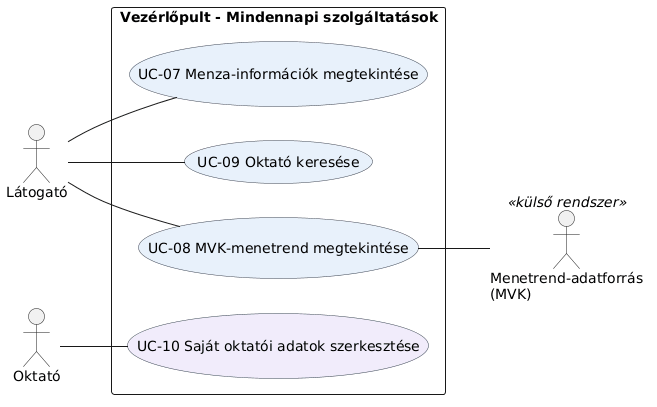
Earlier version of the PlantUML export H3/uml/5.png (DavidGergo/SoftTech). The source it was exported from:
```plantuml
@startuml
left to right direction
skinparam actorStyle stick
skinparam usecase {
  BackgroundColor #E8F1FB
  BorderColor #374151
}

actor "Látogató" as Latogato
actor "Oktató" as Oktato
actor "Menetrend-adatforrás\n(MVK)" as MVK <<külső rendszer>>

rectangle "Vezérlőpult - Mindennapi szolgáltatások" {
  usecase "UC-07 Menza-információk megtekintése" as UC07
  usecase "UC-08 MVK-menetrend megtekintése" as UC08
  usecase "UC-09 Oktató keresése" as UC09
  usecase "UC-10 Saját oktatói adatok szerkesztése" as UC10 #F1ECFB
}

Latogato -- UC07
Latogato -- UC08
Latogato -- UC09
Oktato -- UC10
UC08 -- MVK
@enduml
```
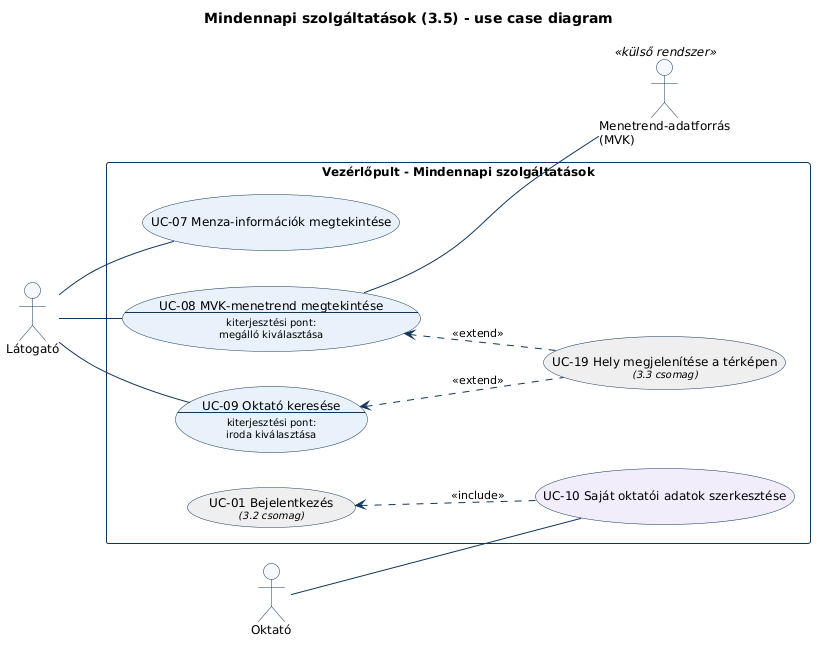
After the change.

Commit message:
H3 0.4: include és extend kapcsolatok a use case modellben

Change to the diagram source:
```diff
@@ -1,25 +1,33 @@
 @startuml
+skinparam shadowing false
+skinparam defaultFontName Arial
+skinparam defaultFontSize 12
+skinparam ActorBorderColor #10365C
+skinparam ActorBackgroundColor #F5F8FC
+skinparam UsecaseBorderColor #10365C
+skinparam ArrowColor #10365C
+skinparam RectangleBorderColor #10365C
+skinparam RectangleFontStyle bold
+skinparam ArrowFontSize 11
+title Mindennapi szolgáltatások (3.5) - use case diagram
 left to right direction
-skinparam actorStyle stick
-skinparam usecase {
-  BackgroundColor #E8F1FB
-  BorderColor #374151
+actor "Látogató" as A01
+actor "Oktató" as A03
+actor "Menetrend-adatforrás\n(MVK)" as A06 <<külső rendszer>>
+rectangle "Vezérlőpult - Mindennapi szolgáltatások" {
+  usecase "UC-07 Menza-információk megtekintése" as UC07 #E8F1FB
+  usecase "UC-08 MVK-menetrend megtekintése\n--\n<size:10>kiterjesztési pont:</size>\n<size:10>megálló kiválasztása</size>" as UC08 #E8F1FB
+  usecase "UC-09 Oktató keresése\n--\n<size:10>kiterjesztési pont:</size>\n<size:10>iroda kiválasztása</size>" as UC09 #E8F1FB
+  usecase "UC-10 Saját oktatói adatok szerkesztése" as UC10 #F1ECFB
+  usecase "UC-01 Bejelentkezés\n<size:10><i>(3.2 csomag)</i></size>" as UC01 #EEEEEE
+  usecase "UC-19 Hely megjelenítése a térképen\n<size:10><i>(3.3 csomag)</i></size>" as UC19 #EEEEEE
 }
-
-actor "Látogató" as Latogato
-actor "Oktató" as Oktato
-actor "Menetrend-adatforrás\n(MVK)" as MVK <<külső rendszer>>
-
-rectangle "Vezérlőpult - Mindennapi szolgáltatások" {
-  usecase "UC-07 Menza-információk megtekintése" as UC07
-  usecase "UC-08 MVK-menetrend megtekintése" as UC08
-  usecase "UC-09 Oktató keresése" as UC09
-  usecase "UC-10 Saját oktatói adatok szerkesztése" as UC10 #F1ECFB
-}
-
-Latogato -- UC07
-Latogato -- UC08
-Latogato -- UC09
-Oktato -- UC10
-UC08 -- MVK
+A01 -- UC07
+A01 -- UC08
+A01 -- UC09
+A03 -- UC10
+UC08 -- A06
+UC01 <.. UC10 : <<include>>
+UC08 <.. UC19 : <<extend>>
+UC09 <.. UC19 : <<extend>>
 @enduml
```
